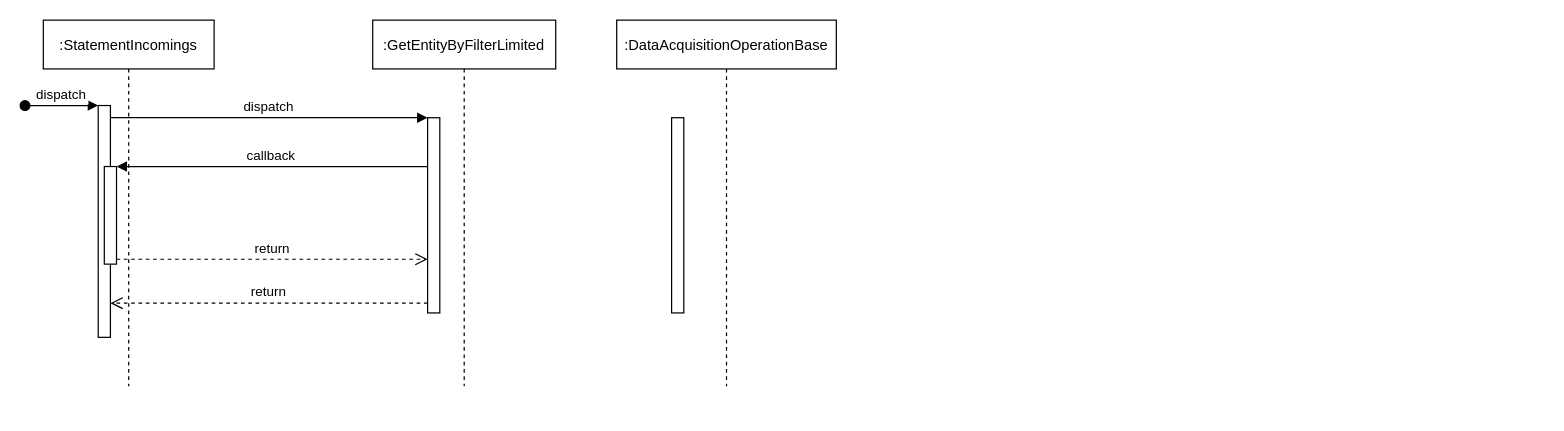
Earlier version of the draw.io diagram portal/StatementIncomings.aspx/StatementIncomings.drawio (davyd0ff/so-line-grls). Source tidied: cells renumbered, new cells numbered last; positions are measured from the earlier drawing's top-left corner, leaving out a move shared by most shapes. Both pictures are drawn from the tidied source at 122%, with x=0, y=0 at pixel (24, 20).
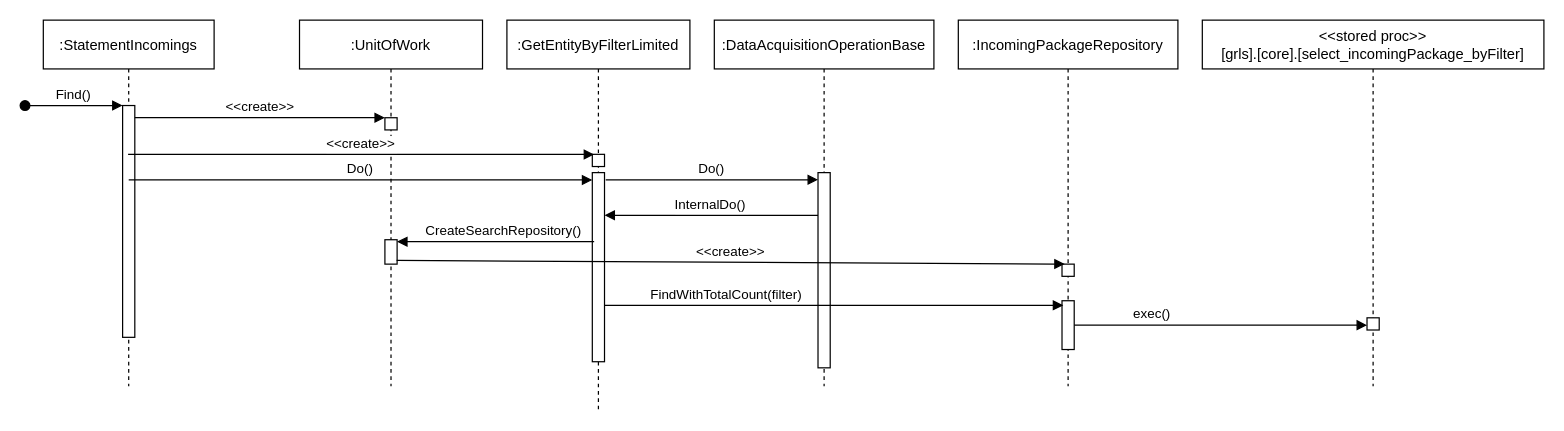
The same page after the edit.

Unchanged cells that the change refers to:
```xml
<mxCell id="2" value=":StatementIncomings" style="shape=umlLifeline;perimeter=lifelinePerimeter;rounded=0;shadow=0;strokeWidth=1;" parent="1" vertex="1">
  <mxGeometry x="15" width="140" height="300" as="geometry" />
</mxCell>
```

Diff of the diagram source:
```diff
@@
     <mxCell id="3" style="points=[];perimeter=orthogonalPerimeter;rounded=0;shadow=0;strokeWidth=1;" parent="2" vertex="1">
-      <mxGeometry x="45" y="70" width="10" height="190" as="geometry" />
+      <mxGeometry x="65" y="70" width="10" height="190" as="geometry" />
     </mxCell>
-    <mxCell id="4" value="dispatch" style="verticalAlign=bottom;startArrow=oval;endArrow=block;startSize=8;shadow=0;strokeWidth=1;" parent="2" edge="1" target="3">
+    <mxCell id="4" value="Find()" style="verticalAlign=bottom;startArrow=oval;endArrow=block;startSize=8;shadow=0;strokeWidth=1;" parent="2" edge="1" target="3">
       <mxGeometry relative="1" as="geometry">
         <mxPoint x="-15" y="70" as="sourcePoint" />
       </mxGeometry>
     </mxCell>
+    <mxCell id="6" value=":GetEntityByFilterLimited" style="shape=umlLifeline;perimeter=lifelinePerimeter;rounded=0;shadow=0;strokeWidth=1;" parent="1" vertex="1">
+      <mxGeometry x="395" width="150" height="320" as="geometry" />
+    </mxCell>
-    <mxCell id="5" style="points=[];perimeter=orthogonalPerimeter;rounded=0;shadow=0;strokeWidth=1;" parent="2" vertex="1">
-      <mxGeometry x="50" y="120" width="10" height="80" as="geometry" />
+    <mxCell id="5" style="points=[];perimeter=orthogonalPerimeter;rounded=0;shadow=0;strokeWidth=1;" parent="6" vertex="1">
+      <mxGeometry x="70" y="110" width="10" height="10" as="geometry" />
     </mxCell>
-    <mxCell id="6" value=":GetEntityByFilterLimited" style="shape=umlLifeline;perimeter=lifelinePerimeter;rounded=0;shadow=0;strokeWidth=1;" parent="1" vertex="1">
-      <mxGeometry x="285" width="150" height="300" as="geometry" />
-    </mxCell>
-    <mxCell id="7" style="points=[];perimeter=orthogonalPerimeter;rounded=0;shadow=0;strokeWidth=1;" parent="6" vertex="1">
-      <mxGeometry x="45" y="80" width="10" height="160" as="geometry" />
-    </mxCell>
-    <mxCell id="8" value="return" style="verticalAlign=bottom;endArrow=open;dashed=1;endSize=8;exitX=0;exitY=0.95;shadow=0;strokeWidth=1;" parent="1" edge="1" source="7" target="3">
-      <mxGeometry relative="1" as="geometry" />
-    </mxCell>
+    <mxCell id="14" style="points=[];perimeter=orthogonalPerimeter;rounded=0;shadow=0;strokeWidth=1;" parent="6" vertex="1">
+      <mxGeometry x="70" y="125" width="10" height="155" as="geometry" />
+    </mxCell>
-    <mxCell id="9" value="dispatch" style="verticalAlign=bottom;endArrow=block;entryX=0;entryY=0;shadow=0;strokeWidth=1;" parent="1" edge="1" source="3" target="7">
+    <mxCell id="9" value="&lt;&lt;create&gt;&gt;" style="verticalAlign=bottom;endArrow=block;entryX=0;entryY=0;shadow=0;strokeWidth=1;" parent="1" edge="1" source="3" target="7">
       <mxGeometry relative="1" as="geometry" />
     </mxCell>
-    <mxCell id="10" value="callback" style="verticalAlign=bottom;endArrow=block;entryX=1;entryY=0;shadow=0;strokeWidth=1;" parent="1" edge="1" source="7" target="5">
-      <mxGeometry relative="1" as="geometry" />
-    </mxCell>
-    <mxCell id="11" value="return" style="verticalAlign=bottom;endArrow=open;dashed=1;endSize=8;exitX=1;exitY=0.95;shadow=0;strokeWidth=1;" parent="1" edge="1" source="5" target="7">
-      <mxGeometry relative="1" as="geometry" />
-    </mxCell>
     <mxCell id="12" value=":DataAcquisitionOperationBase" style="shape=umlLifeline;perimeter=lifelinePerimeter;rounded=0;shadow=0;strokeWidth=1;" parent="1" vertex="1">
-      <mxGeometry x="485" width="180" height="300" as="geometry" />
+      <mxGeometry x="565" width="180" height="300" as="geometry" />
     </mxCell>
     <mxCell id="13" style="points=[];perimeter=orthogonalPerimeter;rounded=0;shadow=0;strokeWidth=1;" parent="12" vertex="1">
-      <mxGeometry x="45" y="80" width="10" height="160" as="geometry" />
+      <mxGeometry x="85" y="125" width="10" height="160" as="geometry" />
     </mxCell>
+    <mxCell id="15" value=":UnitOfWork" style="shape=umlLifeline;perimeter=lifelinePerimeter;rounded=0;shadow=0;strokeWidth=1;" parent="1" vertex="1">
+      <mxGeometry x="225" width="150" height="300" as="geometry" />
+    </mxCell>
+    <mxCell id="7" style="points=[];perimeter=orthogonalPerimeter;rounded=0;shadow=0;strokeWidth=1;" parent="15" vertex="1">
+      <mxGeometry x="70" y="80" width="10" height="10" as="geometry" />
+    </mxCell>
+    <mxCell id="16" style="points=[];perimeter=orthogonalPerimeter;rounded=0;shadow=0;strokeWidth=1;" parent="15" vertex="1">
+      <mxGeometry x="70" y="180" width="10" height="20" as="geometry" />
+    </mxCell>
+    <mxCell id="10" value="&lt;&lt;create&gt;&gt;" style="verticalAlign=bottom;endArrow=block;shadow=0;strokeWidth=1;entryX=0.151;entryY=0.007;entryDx=0;entryDy=0;entryPerimeter=0;" parent="1" edge="1" source="2" target="5">
+      <mxGeometry relative="1" as="geometry" />
+    </mxCell>
+    <mxCell id="17" value="Do()" style="verticalAlign=bottom;endArrow=block;shadow=0;strokeWidth=1;" parent="1" edge="1" target="14">
+      <mxGeometry relative="1" as="geometry">
+        <mxPoint x="85" y="131" as="sourcePoint" />
+      </mxGeometry>
+    </mxCell>
+    <mxCell id="18" value="Do()" style="verticalAlign=bottom;endArrow=block;shadow=0;strokeWidth=1;exitX=1.103;exitY=0.084;exitDx=0;exitDy=0;exitPerimeter=0;" parent="1" edge="1">
+      <mxGeometry relative="1" as="geometry">
+        <mxPoint x="476" y="130.9" as="sourcePoint" />
+        <mxPoint x="650" y="130.9" as="targetPoint" />
+      </mxGeometry>
+    </mxCell>
+    <mxCell id="19" value="InternalDo()" style="verticalAlign=bottom;endArrow=block;shadow=0;strokeWidth=1;" parent="1" edge="1" source="13" target="14">
+      <mxGeometry relative="1" as="geometry">
+        <Array as="points">
+          <mxPoint x="545" y="160" />
+        </Array>
+      </mxGeometry>
+    </mxCell>
+    <mxCell id="20" value="CreateSearchRepository()" style="verticalAlign=bottom;endArrow=block;shadow=0;strokeWidth=1;exitX=0.151;exitY=0.365;exitDx=0;exitDy=0;exitPerimeter=0;" parent="1" edge="1" source="14" target="16">
+      <mxGeometry x="-0.08" relative="1" as="geometry" />
+    </mxCell>
+    <mxCell id="21" value=":IncomingPackageRepository" style="shape=umlLifeline;perimeter=lifelinePerimeter;rounded=0;shadow=0;strokeWidth=1;" parent="1" vertex="1">
+      <mxGeometry x="765" width="180" height="300" as="geometry" />
+    </mxCell>
+    <mxCell id="22" style="points=[];perimeter=orthogonalPerimeter;rounded=0;shadow=0;strokeWidth=1;" parent="21" vertex="1">
+      <mxGeometry x="85" y="200" width="10" height="10" as="geometry" />
+    </mxCell>
+    <mxCell id="23" style="points=[];perimeter=orthogonalPerimeter;rounded=0;shadow=0;strokeWidth=1;" parent="21" vertex="1">
+      <mxGeometry x="85" y="230" width="10" height="40" as="geometry" />
+    </mxCell>
+    <mxCell id="24" value="&lt;&lt;create&gt;&gt;" style="verticalAlign=bottom;endArrow=block;shadow=0;strokeWidth=1;exitX=0.96;exitY=0.849;exitDx=0;exitDy=0;exitPerimeter=0;entryX=0.222;entryY=-0.004;entryDx=0;entryDy=0;entryPerimeter=0;" parent="1" edge="1" source="16" target="22">
+      <mxGeometry relative="1" as="geometry" />
+    </mxCell>
+    <mxCell id="25" value="FindWithTotalCount(filter)" style="verticalAlign=bottom;endArrow=block;shadow=0;strokeWidth=1;entryX=0.103;entryY=0.246;entryDx=0;entryDy=0;entryPerimeter=0;" parent="1" edge="1">
+      <mxGeometry x="-0.47" relative="1" as="geometry">
+        <mxPoint x="475" y="233.8" as="sourcePoint" />
+        <mxPoint x="851" y="233.8" as="targetPoint" />
+      </mxGeometry>
+    </mxCell>
+    <mxCell id="26" value="&lt;&lt;stored proc&gt;&gt;&#10;[grls].[core].[select_incomingPackage_byFilter]" style="shape=umlLifeline;perimeter=lifelinePerimeter;rounded=0;shadow=0;strokeWidth=1;" parent="1" vertex="1">
+      <mxGeometry x="965" width="280" height="300" as="geometry" />
+    </mxCell>
+    <mxCell id="27" style="points=[];perimeter=orthogonalPerimeter;rounded=0;shadow=0;strokeWidth=1;" parent="26" vertex="1">
+      <mxGeometry x="135" y="244" width="10" height="10" as="geometry" />
+    </mxCell>
+    <mxCell id="28" value="exec()" style="verticalAlign=bottom;endArrow=block;shadow=0;strokeWidth=1;" parent="1" edge="1" source="23" target="27">
+      <mxGeometry x="-0.47" relative="1" as="geometry" />
+    </mxCell>
```
